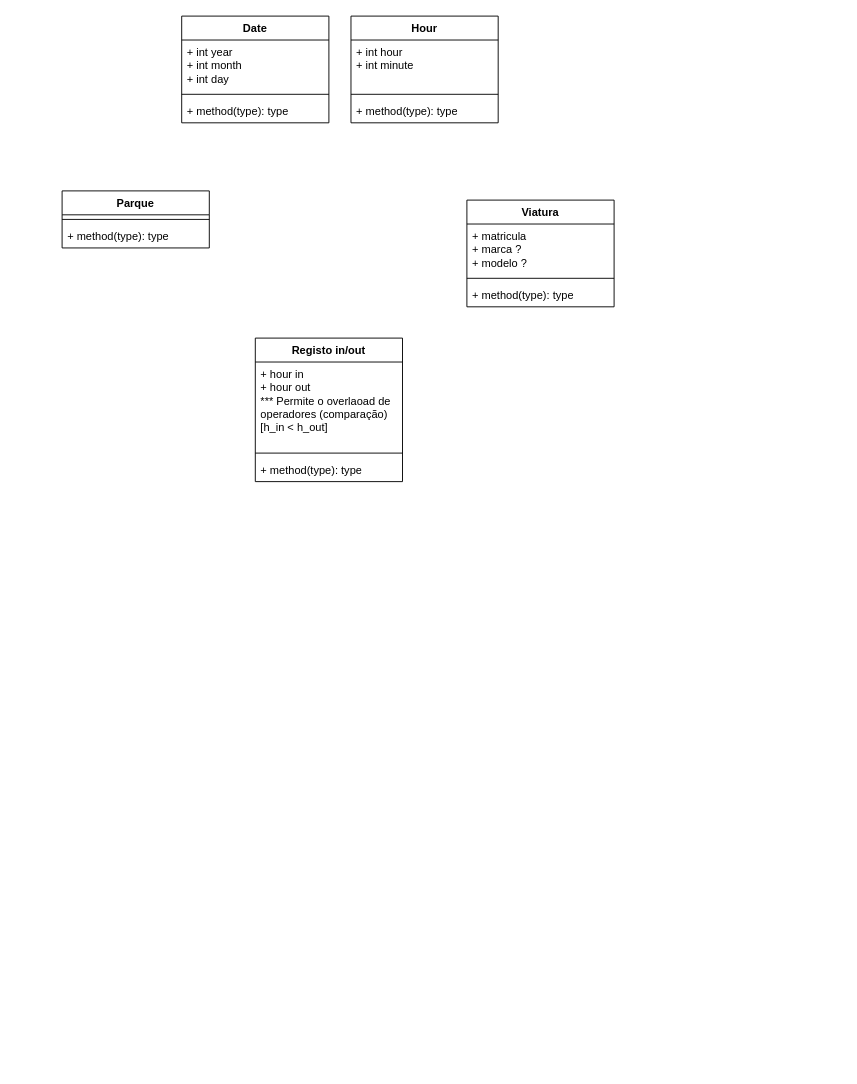
LewisLegstrong/IPCA-POO-TP1 keeps this draw.io diagram as draw_io/UML_projeto.drawio. Above is the earlier version. Source tidied: cells renumbered, new cells numbered last; positions are measured from the earlier drawing's top-left corner, leaving out a move shared by most shapes. Both pictures are drawn from the tidied source at 92%, with x=0, y=0 at pixel (62, 16).
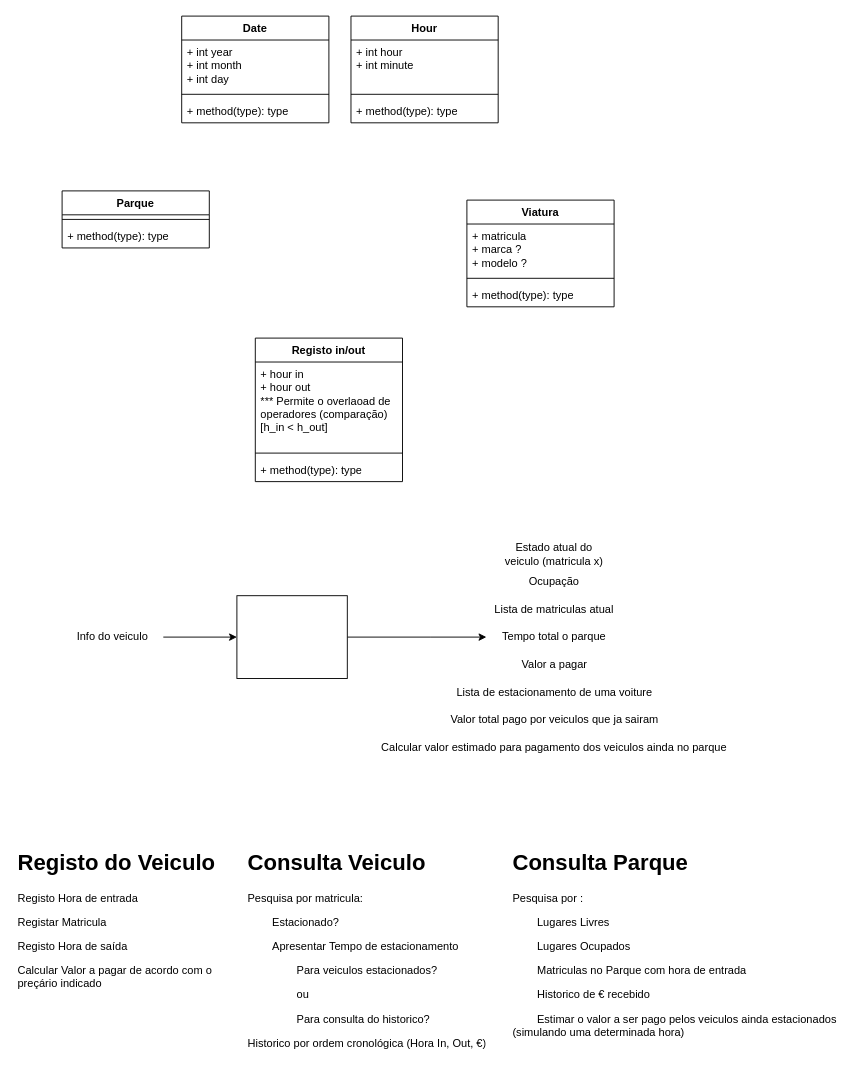
The same diagram, later.

Change to the diagram source:
```diff
@@
+    <mxCell id="21" style="edgeStyle=orthogonalEdgeStyle;rounded=0;jettySize=auto;html=1;entryX=0;entryY=0.5;entryDx=0;entryDy=0;exitX=1;exitY=0.5;exitDx=0;exitDy=0;" parent="1" edge="1" source="22" target="28">
+      <mxGeometry relative="1" as="geometry">
+        <Array as="points">
+          <mxPoint x="400" y="675" />
+          <mxPoint x="400" y="675" />
+        </Array>
+      </mxGeometry>
+    </mxCell>
+    <mxCell id="22" style="rounded=0;whiteSpace=wrap;html=1;" parent="1" vertex="1">
+      <mxGeometry x="190" y="630" width="120" height="90" as="geometry" />
+    </mxCell>
+    <mxCell id="23" value="Info do veiculo" style="text;html=1;align=center;verticalAlign=middle;whiteSpace=wrap;rounded=0;" parent="1" vertex="1">
+      <mxGeometry y="660" width="110" height="30" as="geometry" />
+    </mxCell>
+    <mxCell id="24" style="edgeStyle=orthogonalEdgeStyle;rounded=0;jettySize=auto;html=1;entryX=0;entryY=0.5;entryDx=0;entryDy=0;" parent="1" edge="1" source="23" target="22">
+      <mxGeometry relative="1" as="geometry" />
+    </mxCell>
+    <mxCell id="25" value="Estado atual do veiculo (matricula x)" style="text;html=1;align=center;verticalAlign=middle;whiteSpace=wrap;rounded=0;" parent="1" vertex="1">
+      <mxGeometry x="480" y="570" width="110" height="30" as="geometry" />
+    </mxCell>
+    <mxCell id="26" value="Ocupação" style="text;html=1;align=center;verticalAlign=middle;whiteSpace=wrap;rounded=0;" parent="1" vertex="1">
+      <mxGeometry x="480" y="600" width="110" height="30" as="geometry" />
+    </mxCell>
+    <mxCell id="27" value="Lista de matriculas atual" style="text;html=1;align=center;verticalAlign=middle;whiteSpace=wrap;rounded=0;" parent="1" vertex="1">
+      <mxGeometry x="461.2" y="630" width="147.5" height="30" as="geometry" />
+    </mxCell>
+    <mxCell id="28" value="Tempo total o parque" style="text;html=1;align=center;verticalAlign=middle;whiteSpace=wrap;rounded=0;" parent="1" vertex="1">
+      <mxGeometry x="461.2" y="660" width="147.5" height="30" as="geometry" />
+    </mxCell>
+    <mxCell id="29" value="Valor a pagar" style="text;html=1;align=center;verticalAlign=middle;whiteSpace=wrap;rounded=0;" parent="1" vertex="1">
+      <mxGeometry x="487.5" y="690" width="95" height="30" as="geometry" />
+    </mxCell>
+    <mxCell id="30" value="Lista de estacionamento de uma voiture" style="text;html=1;align=center;verticalAlign=middle;whiteSpace=wrap;rounded=0;" parent="1" vertex="1">
+      <mxGeometry x="425.6" y="720" width="218.8" height="30" as="geometry" />
+    </mxCell>
+    <mxCell id="31" value="Valor total pago por veiculos que ja sairam" style="text;html=1;align=center;verticalAlign=middle;whiteSpace=wrap;rounded=0;" parent="1" vertex="1">
+      <mxGeometry x="420.6" y="750" width="228.8" height="30" as="geometry" />
+    </mxCell>
+    <mxCell id="32" value="Calcular valor estimado para pagamento dos veiculos ainda no parque" style="text;html=1;align=center;verticalAlign=middle;whiteSpace=wrap;rounded=0;" parent="1" vertex="1">
+      <mxGeometry x="315" y="780" width="440" height="30" as="geometry" />
+    </mxCell>
+    <mxCell id="33" value="&lt;h1 style=&quot;margin-top: 0px;&quot;&gt;Registo do Veiculo&lt;/h1&gt;&lt;p&gt;Registo Hora de entrada&amp;nbsp;&lt;/p&gt;&lt;p&gt;Registar Matricula&lt;/p&gt;&lt;p&gt;Registo Hora de saída&lt;/p&gt;&lt;p&gt;Calcular Valor a pagar de acordo com o preçário indicado&lt;/p&gt;&lt;p&gt;&lt;br&gt;&lt;/p&gt;" style="text;html=1;whiteSpace=wrap;overflow=hidden;rounded=0;" parent="1" vertex="1">
+      <mxGeometry x="-50" y="900" width="240" height="240" as="geometry" />
+    </mxCell>
+    <mxCell id="34" value="&lt;h1 style=&quot;margin-top: 0px;&quot;&gt;Consulta Veiculo&lt;/h1&gt;&lt;p&gt;Pesquisa por matricula:&lt;/p&gt;&lt;p&gt;&lt;span style=&quot;white-space: pre;&quot;&gt;&#9;&lt;/span&gt;Estacionado?&amp;nbsp;&lt;br&gt;&lt;/p&gt;&lt;p&gt;&lt;span style=&quot;white-space: pre;&quot;&gt;&#9;&lt;/span&gt;Apresentar Tempo de estacionamento&lt;br&gt;&lt;/p&gt;&lt;p&gt;&lt;span style=&quot;white-space: pre;&quot;&gt;&#9;&lt;/span&gt;&lt;span style=&quot;white-space: pre;&quot;&gt;&#9;&lt;/span&gt;Para veiculos estacionados?&lt;br&gt;&lt;/p&gt;&lt;p&gt;&lt;span style=&quot;white-space: pre;&quot;&gt;&#9;&lt;/span&gt;&lt;span style=&quot;white-space: pre;&quot;&gt;&#9;&lt;/span&gt;ou&amp;nbsp;&lt;/p&gt;&lt;p&gt;&lt;span style=&quot;white-space: pre;&quot;&gt;&#9;&lt;/span&gt;&lt;span style=&quot;white-space: pre;&quot;&gt;&#9;&lt;/span&gt;Para consulta do historico?&lt;br&gt;&lt;/p&gt;&lt;p&gt;Historico por ordem cronológica (Hora In, Out, €)&lt;/p&gt;" style="text;html=1;whiteSpace=wrap;overflow=hidden;rounded=0;" parent="1" vertex="1">
+      <mxGeometry x="200" y="900" width="266" height="240" as="geometry" />
+    </mxCell>
+    <mxCell id="35" value="&lt;h1 style=&quot;margin-top: 0px;&quot;&gt;Consulta Parque&lt;/h1&gt;&lt;p&gt;Pesquisa por :&lt;/p&gt;&lt;p&gt;&lt;span style=&quot;white-space: pre;&quot;&gt;&#9;&lt;/span&gt;Lugares Livres&amp;nbsp;&lt;/p&gt;&lt;p&gt;&lt;span style=&quot;background-color: initial; white-space: pre;&quot;&gt;&#9;&lt;/span&gt;&lt;span style=&quot;background-color: initial;&quot;&gt;Lugares Ocupados&amp;nbsp;&lt;/span&gt;&lt;/p&gt;&lt;p&gt;&lt;span style=&quot;white-space: pre;&quot;&gt;&#9;&lt;/span&gt;Matriculas no Parque com hora de entrada&lt;br&gt;&lt;/p&gt;&lt;p&gt;&lt;span style=&quot;white-space: pre;&quot;&gt;&#9;&lt;/span&gt;Historico de € recebido&lt;br&gt;&lt;/p&gt;&lt;p&gt;&lt;span style=&quot;white-space: pre;&quot;&gt;&#9;&lt;/span&gt;Estimar o valor a ser pago pelos veiculos ainda estacionados (simulando uma determinada hora)&lt;br&gt;&lt;/p&gt;" style="text;html=1;whiteSpace=wrap;overflow=hidden;rounded=0;" parent="1" vertex="1">
+      <mxGeometry x="487.5" y="900" width="360" height="240" as="geometry" />
+    </mxCell>
```
